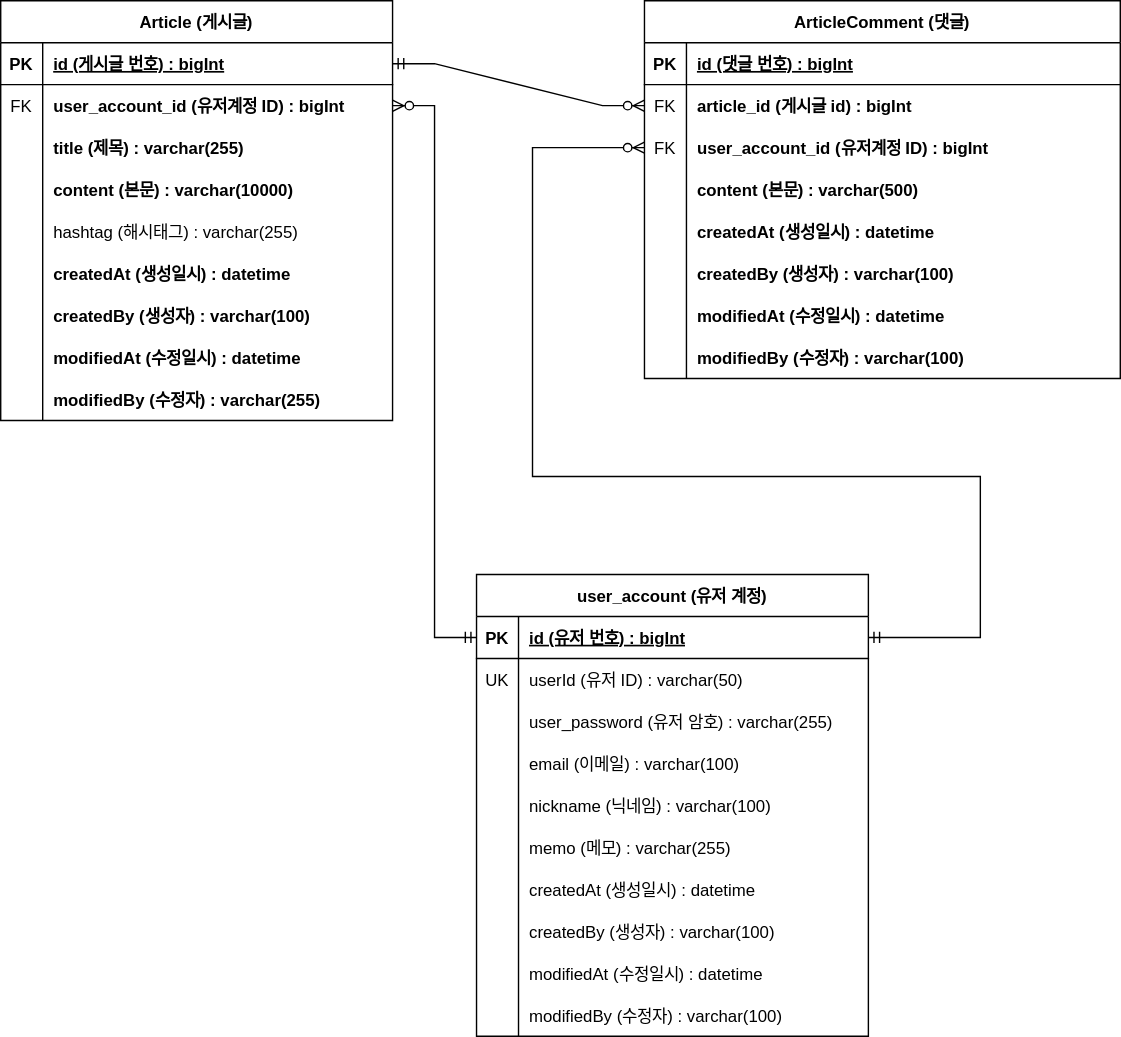
This is document/board-project-erd.svg from dudwns6503/springBoot-BoardProject, a draw.io export, as it was before one commit. Source tidied: cells renumbered, new cells last; positions are measured from the earlier drawing's top-left corner, leaving out a move shared by most shapes.
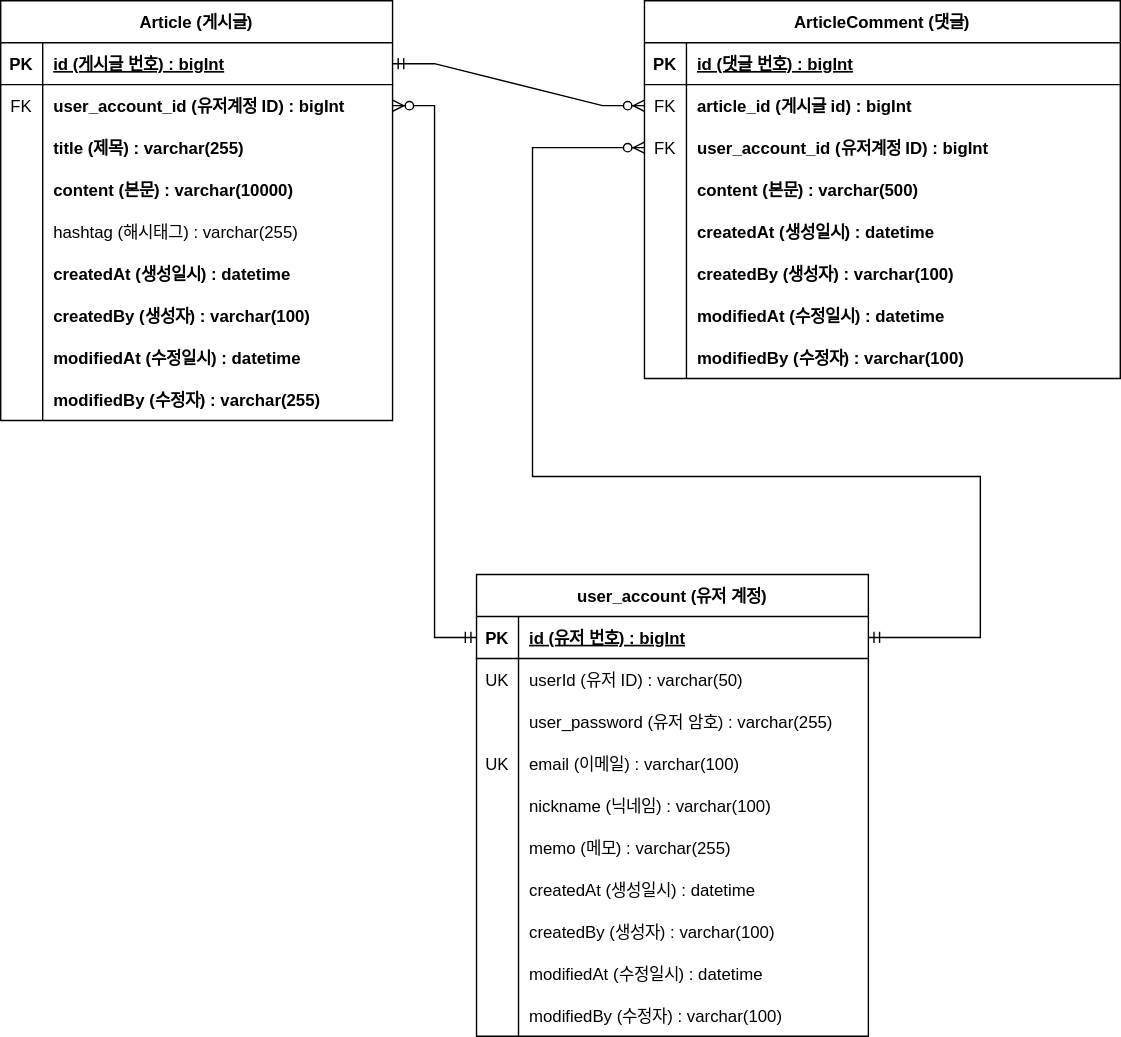
Above is the later version.

Commit message:
#25 - erd 업데이트: 회원 계정 도메인의 이메일에 유니크 키 추가

Diff of the diagram source:
```diff
@@ -278,5 +278,8 @@
     <mxCell id="89" style="edgeStyle=elbowEdgeStyle;rounded=0;orthogonalLoop=1;jettySize=auto;html=1;exitX=0.75;exitY=0;exitDx=0;exitDy=0;" parent="1" edge="1" source="56" target="56">
       <mxGeometry relative="1" as="geometry" />
     </mxCell>
+    <mxCell id="90" value="UK" style="shape=partialRectangle;fillColor=none;top=0;left=0;bottom=0;right=0;overflow=hidden;" parent="1" vertex="1">
+      <mxGeometry x="340" y="530" width="30" height="30" as="geometry" />
+    </mxCell>
   </root>
 </mxGraphModel>
```
